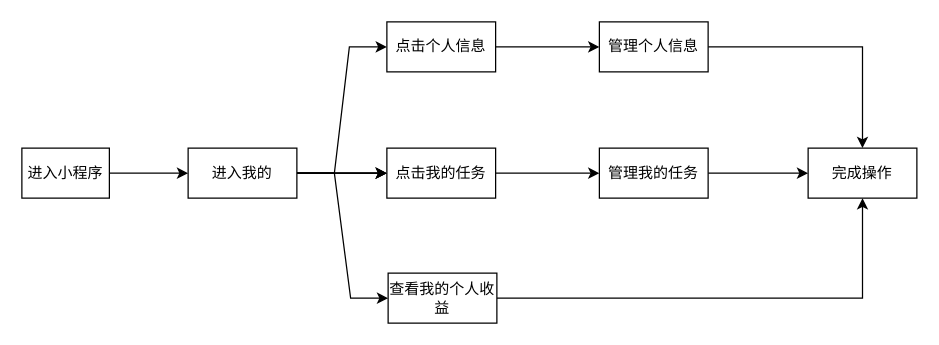
ouyangxiong-bit/deer-flow keeps this draw.io diagram as task7.4.drawio. Above is the earlier version. Source tidied: cells renumbered, new cells numbered last; positions are measured from the earlier drawing's top-left corner, leaving out a move shared by most shapes. Both pictures are drawn from the tidied source at 125%, with x=0, y=0 at pixel (21, 21).
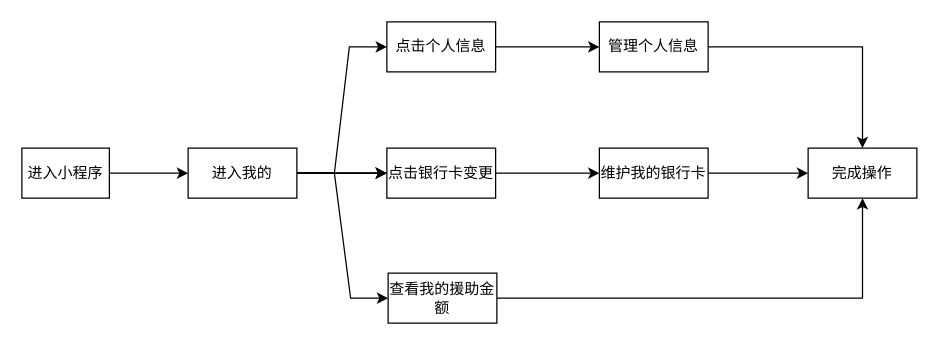
The same page after the edit.

The edit, as a diff of the source:
```diff
@@
-    <mxCell id="15" value="点击我的任务" style="rounded=0;whiteSpace=wrap;html=1;fontFamily=Helvetica;" parent="1" vertex="1">
+    <mxCell id="15" value="点击银行卡变更" style="rounded=0;whiteSpace=wrap;html=1;fontFamily=Helvetica;" parent="1" vertex="1">
       <mxGeometry x="292" y="101" width="87" height="40" as="geometry" />
     </mxCell>
@@
-    <mxCell id="17" value="管理我的任务" style="rounded=0;whiteSpace=wrap;html=1;fontFamily=Helvetica;" parent="1" vertex="1">
+    <mxCell id="17" value="维护我的银行卡" style="rounded=0;whiteSpace=wrap;html=1;fontFamily=Helvetica;" parent="1" vertex="1">
       <mxGeometry x="462" y="101" width="87" height="40" as="geometry" />
     </mxCell>
@@
-    <mxCell id="19" value="查看我的个人收益" style="rounded=0;whiteSpace=wrap;html=1;fontFamily=Helvetica;" parent="1" vertex="1">
+    <mxCell id="19" value="查看我的援助金额" style="rounded=0;whiteSpace=wrap;html=1;fontFamily=Helvetica;" parent="1" vertex="1">
       <mxGeometry x="293" y="201" width="87" height="40" as="geometry" />
     </mxCell>
```
